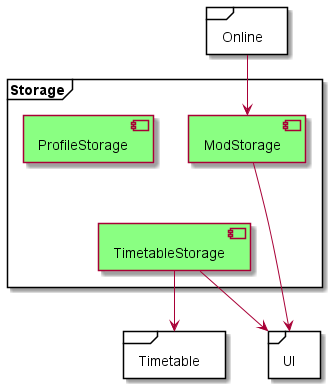
Above: docs/uml-diagrams/StorageComponent.png in nus-cs2113-AY2122S1/tp (PlantUML), before the change.
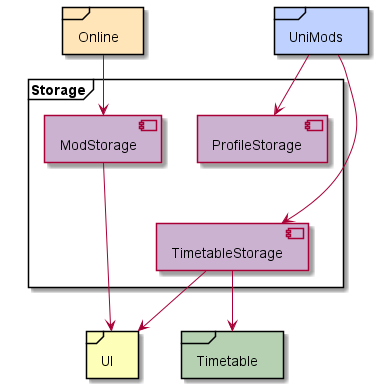
Later version of the same file.

Diff of the diagram source:
```diff
@@ -26,17 +26,22 @@
 [TimetableStorage] --> UI
 [ModStorage] --> UI
 Online --> [ModStorage]
+UniMods --> [ProfileStorage]
+UniMods --> [TimetableStorage]
 
 [ModStorage] -[hidden]down- [TimetableStorage]
 }
 
-frame Timetable {
+frame [Timetable] TIMETABLE_COLOR {
 }
 
-frame UI {
+frame [UniMods] UNIMODS_COLOR {
 }
 
-frame Online {
+frame [Online] ONLINE_COLOR {
+}
+
+frame [UI] UI_COLOR {
 }
 
 @enduml
```
